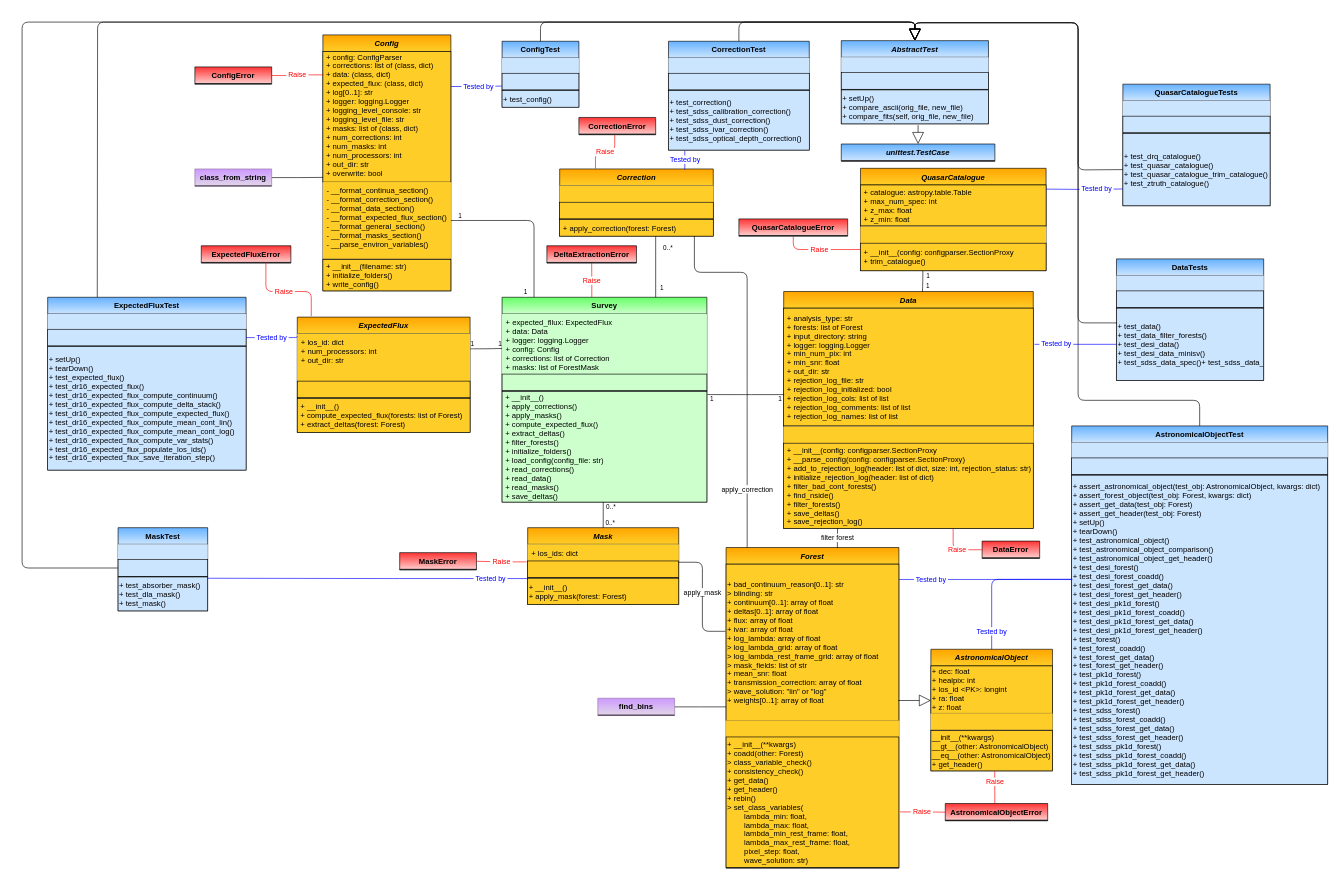
This is page "Main" (1 of 7) of docs/delta_extraction/data_model/data_model.drawio from igmhub/picca, a draw.io file, before an edit. Source tidied: cells renumbered, new cells numbered last; positions are measured from the earlier drawing's top-left corner, leaving out a move shared by most shapes. Both pictures are drawn from the tidied source at 64%, with x=0, y=0 at pixel (22, 22).
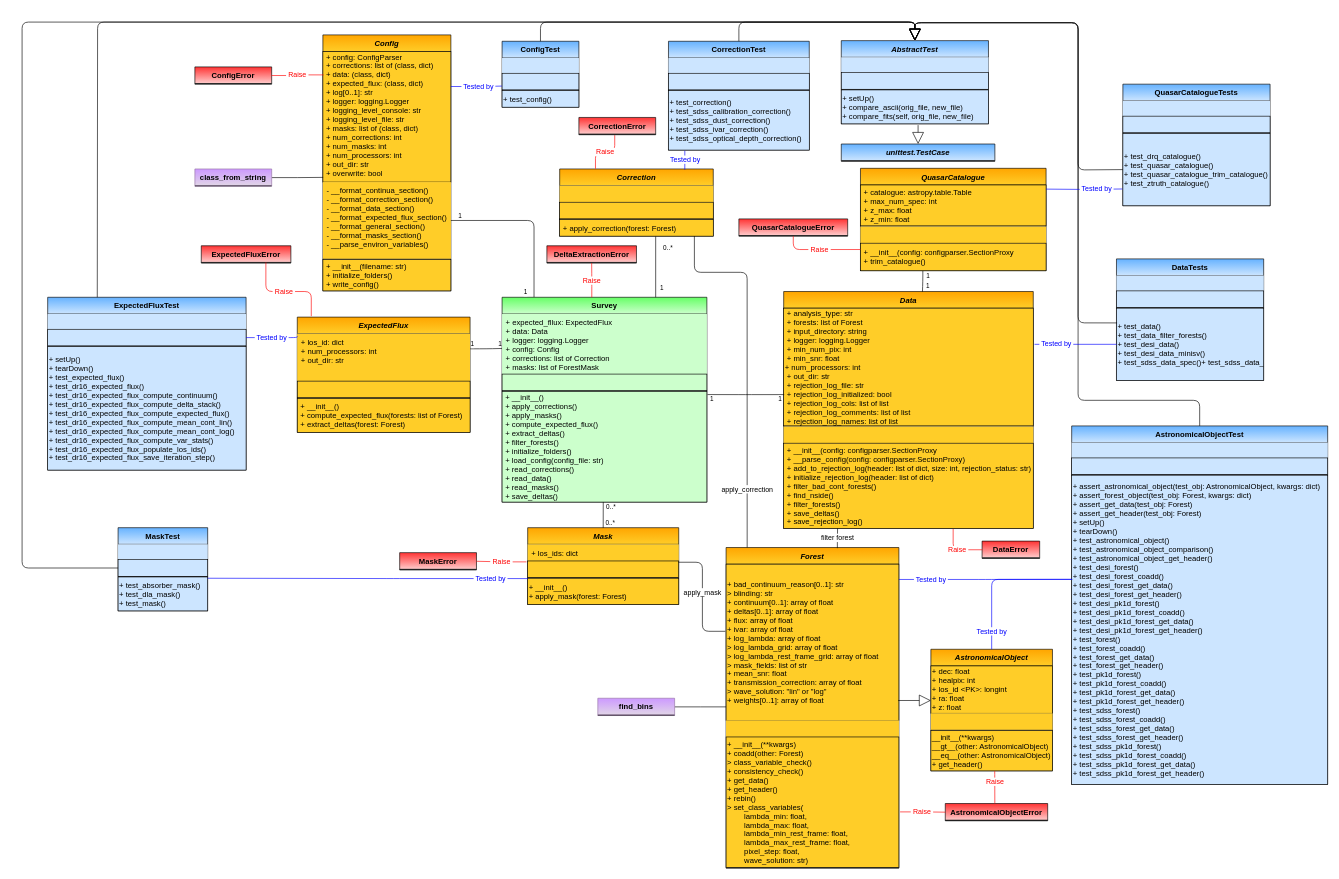
The same diagram, later.

The change refers to these unchanged cells:
```xml
<mxCell id="95" value="Data" style="swimlane;fontStyle=3;horizontal=1;startSize=26;fillColor=#ffcd28;swimlaneFillColor=#ffffff;rounded=0;shadow=0;glass=0;comic=0;strokeColor=#000000;gradientColor=#ffa500;swimlaneLine=1;gradientDirection=north;" parent="1" vertex="1">
  <mxGeometry x="1190" y="421" width="390" height="370" as="geometry" />
</mxCell>
```

Diff of the diagram source:
```diff
@@
-    <mxCell id="96" value=" + analysis_type: str&#10; + forests: list of Forest&#10; + input_directory: string&#10; + logger: logging.Logger&#10; + min_num_pix: int&#10; + min_snr: float&#10; + out_dir: str&#10; + rejection_log_file: str&#10; + rejection_log_initialized: bool&#10; + rejection_log_cols: list of list&#10; + rejection_log_comments: list of list&#10; + rejection_log_names: list of list" style="text;strokeColor=#000000;fillColor=#ffcd28;align=left;verticalAlign=middle;overflow=hidden;points=[[0,0.5],[1,0.5]];portConstraint=eastwest;rounded=0;shadow=0;glass=0;comic=0;fontStyle=0;gradientColor=none;swimlaneFillColor=#ffffff;gradientDirection=north;startSize=26;" parent="95" vertex="1">
+    <mxCell id="96" value=" + analysis_type: str&#10; + forests: list of Forest&#10; + input_directory: string&#10; + logger: logging.Logger&#10; + min_num_pix: int&#10; + min_snr: float&#10;+ num_processors: int&#10; + out_dir: str&#10; + rejection_log_file: str&#10; + rejection_log_initialized: bool&#10; + rejection_log_cols: list of list&#10; + rejection_log_comments: list of list&#10; + rejection_log_names: list of list" style="text;strokeColor=#000000;fillColor=#ffcd28;align=left;verticalAlign=middle;overflow=hidden;points=[[0,0.5],[1,0.5]];portConstraint=eastwest;rounded=0;shadow=0;glass=0;comic=0;fontStyle=0;gradientColor=none;swimlaneFillColor=#ffffff;gradientDirection=north;startSize=26;" parent="95" vertex="1">
       <mxGeometry y="26" width="390" height="184" as="geometry" />
     </mxCell>
```
